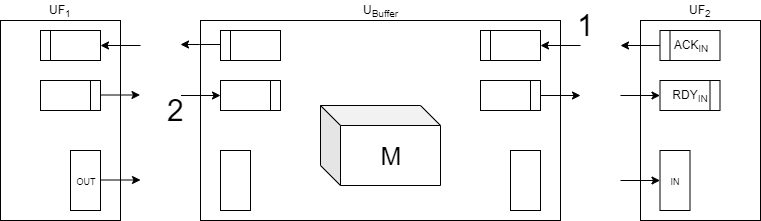
fexed/Notes keeps this draw.io diagram as AE/img/asynnpos.png. Above is the earlier version. Source tidied: cells renumbered, new cells last; positions are measured from the earlier drawing's top-left corner, leaving out a move shared by most shapes. The source it was exported from:
```xml
<mxGraphModel>
  <root>
    <mxCell id="0" />
    <mxCell id="1" parent="0" />
    <mxCell id="2" style="rounded=0;whiteSpace=wrap;html=1;" parent="1" vertex="1">
      <mxGeometry y="20" width="120" height="200" as="geometry" />
    </mxCell>
    <mxCell id="3" style="rounded=0;whiteSpace=wrap;html=1;" parent="1" vertex="1">
      <mxGeometry x="640" y="20" width="120" height="200" as="geometry" />
    </mxCell>
    <mxCell id="4" value="&lt;font style=&quot;font-size: 9px&quot;&gt;OUT&lt;/font&gt;" style="rounded=0;whiteSpace=wrap;html=1;" parent="1" vertex="1">
      <mxGeometry x="70" y="150" width="30" height="60" as="geometry" />
    </mxCell>
    <mxCell id="5" style="edgeStyle=orthogonalEdgeStyle;rounded=0;orthogonalLoop=1;jettySize=auto;html=1;exitX=0;exitY=0.5;exitDx=0;exitDy=0;" parent="1" edge="1">
      <mxGeometry relative="1" as="geometry">
        <mxPoint x="660" y="45" as="sourcePoint" />
        <mxPoint x="620" y="45" as="targetPoint" />
        <Array as="points">
          <mxPoint x="619.5" y="45" />
          <mxPoint x="619.5" y="45" />
        </Array>
      </mxGeometry>
    </mxCell>
    <mxCell id="6" value="UF&lt;sub&gt;1&lt;/sub&gt;" style="text;html=1;align=center;verticalAlign=middle;" parent="1" vertex="1">
      <mxGeometry x="40" width="40" height="20" as="geometry" />
    </mxCell>
    <mxCell id="7" value="UF&lt;sub&gt;2&lt;/sub&gt;" style="text;html=1;align=center;verticalAlign=middle;" parent="1" vertex="1">
      <mxGeometry x="680" width="40" height="20" as="geometry" />
    </mxCell>
    <mxCell id="8" style="rounded=0;whiteSpace=wrap;html=1;" parent="1" vertex="1">
      <mxGeometry x="40" y="30" width="60" height="30" as="geometry" />
    </mxCell>
    <mxCell id="9" style="endArrow=none;html=1;entryX=0.25;entryY=0;entryDx=0;entryDy=0;exitX=0.25;exitY=1;exitDx=0;exitDy=0;" parent="1" edge="1" source="10" target="10">
      <mxGeometry relative="1" as="geometry" />
    </mxCell>
    <mxCell id="10" value="ACK&lt;sub&gt;IN&lt;/sub&gt;" style="rounded=0;whiteSpace=wrap;html=1;" parent="1" vertex="1">
      <mxGeometry x="659.5" y="30" width="60" height="30" as="geometry" />
    </mxCell>
    <mxCell id="11" style="endArrow=none;html=1;entryX=0.25;entryY=0;entryDx=0;entryDy=0;exitX=0.25;exitY=1;exitDx=0;exitDy=0;" parent="1" edge="1" source="12" target="12">
      <mxGeometry relative="1" as="geometry" />
    </mxCell>
    <mxCell id="12" value="RDY&lt;sub&gt;IN&lt;/sub&gt;" style="rounded=0;whiteSpace=wrap;html=1;" parent="1" vertex="1">
      <mxGeometry x="659.5" y="80" width="60" height="30" as="geometry" />
    </mxCell>
    <mxCell id="13" style="endArrow=none;html=1;entryX=0.25;entryY=0;entryDx=0;entryDy=0;exitX=0.25;exitY=1;exitDx=0;exitDy=0;" parent="1" edge="1">
      <mxGeometry relative="1" as="geometry">
        <mxPoint x="669.5" y="60" as="sourcePoint" />
        <mxPoint x="669.5" y="30" as="targetPoint" />
      </mxGeometry>
    </mxCell>
    <mxCell id="14" style="endArrow=none;html=1;entryX=0.25;entryY=0;entryDx=0;entryDy=0;exitX=0.25;exitY=1;exitDx=0;exitDy=0;" parent="1" edge="1">
      <mxGeometry relative="1" as="geometry">
        <mxPoint x="709.5" y="110" as="sourcePoint" />
        <mxPoint x="709.5" y="80" as="targetPoint" />
      </mxGeometry>
    </mxCell>
    <mxCell id="15" style="endArrow=none;html=1;entryX=0.25;entryY=0;entryDx=0;entryDy=0;exitX=0.25;exitY=1;exitDx=0;exitDy=0;" parent="1" edge="1">
      <mxGeometry relative="1" as="geometry">
        <mxPoint x="50" y="60" as="sourcePoint" />
        <mxPoint x="50" y="30" as="targetPoint" />
      </mxGeometry>
    </mxCell>
    <mxCell id="16" style="rounded=0;whiteSpace=wrap;html=1;" parent="1" vertex="1">
      <mxGeometry x="40" y="80" width="60" height="30" as="geometry" />
    </mxCell>
    <mxCell id="17" style="endArrow=none;html=1;entryX=0.25;entryY=0;entryDx=0;entryDy=0;exitX=0.25;exitY=1;exitDx=0;exitDy=0;" parent="1" edge="1">
      <mxGeometry relative="1" as="geometry">
        <mxPoint x="90" y="110" as="sourcePoint" />
        <mxPoint x="90" y="80" as="targetPoint" />
      </mxGeometry>
    </mxCell>
    <mxCell id="18" value="&lt;font style=&quot;font-size: 9px&quot;&gt;IN&lt;/font&gt;" style="rounded=0;whiteSpace=wrap;html=1;" parent="1" vertex="1">
      <mxGeometry x="659.5" y="150" width="30" height="60" as="geometry" />
    </mxCell>
    <mxCell id="19" style="rounded=0;whiteSpace=wrap;html=1;" parent="1" vertex="1">
      <mxGeometry x="200" y="20" width="360" height="200" as="geometry" />
    </mxCell>
    <mxCell id="20" value="&lt;font style=&quot;font-size: 25px&quot;&gt;M&lt;/font&gt;" style="shape=cube;whiteSpace=wrap;html=1;boundedLbl=1;backgroundOutline=1;darkOpacity=0.05;darkOpacity2=0.1;" parent="1" vertex="1">
      <mxGeometry x="320" y="105" width="120" height="80" as="geometry" />
    </mxCell>
    <mxCell id="21" style="rounded=0;whiteSpace=wrap;html=1;" parent="1" vertex="1">
      <mxGeometry x="220" y="30" width="60" height="30" as="geometry" />
    </mxCell>
    <mxCell id="22" style="rounded=0;whiteSpace=wrap;html=1;" parent="1" vertex="1">
      <mxGeometry x="220" y="80" width="60" height="30" as="geometry" />
    </mxCell>
    <mxCell id="23" style="endArrow=none;html=1;entryX=0.25;entryY=0;entryDx=0;entryDy=0;exitX=0.25;exitY=1;exitDx=0;exitDy=0;" parent="1" edge="1">
      <mxGeometry relative="1" as="geometry">
        <mxPoint x="230" y="60" as="sourcePoint" />
        <mxPoint x="230" y="30" as="targetPoint" />
      </mxGeometry>
    </mxCell>
    <mxCell id="24" style="endArrow=none;html=1;entryX=0.25;entryY=0;entryDx=0;entryDy=0;exitX=0.25;exitY=1;exitDx=0;exitDy=0;" parent="1" edge="1">
      <mxGeometry relative="1" as="geometry">
        <mxPoint x="270" y="110" as="sourcePoint" />
        <mxPoint x="270" y="80" as="targetPoint" />
      </mxGeometry>
    </mxCell>
    <mxCell id="25" style="rounded=0;whiteSpace=wrap;html=1;" parent="1" vertex="1">
      <mxGeometry x="220" y="150" width="30" height="60" as="geometry" />
    </mxCell>
    <mxCell id="26" style="rounded=0;whiteSpace=wrap;html=1;" parent="1" vertex="1">
      <mxGeometry x="480" y="30" width="60" height="30" as="geometry" />
    </mxCell>
    <mxCell id="27" style="rounded=0;whiteSpace=wrap;html=1;" parent="1" vertex="1">
      <mxGeometry x="480" y="80" width="60" height="30" as="geometry" />
    </mxCell>
    <mxCell id="28" style="endArrow=none;html=1;entryX=0.25;entryY=0;entryDx=0;entryDy=0;exitX=0.25;exitY=1;exitDx=0;exitDy=0;" parent="1" edge="1">
      <mxGeometry relative="1" as="geometry">
        <mxPoint x="490" y="60" as="sourcePoint" />
        <mxPoint x="490" y="30" as="targetPoint" />
      </mxGeometry>
    </mxCell>
    <mxCell id="29" style="endArrow=none;html=1;entryX=0.25;entryY=0;entryDx=0;entryDy=0;exitX=0.25;exitY=1;exitDx=0;exitDy=0;" parent="1" edge="1">
      <mxGeometry relative="1" as="geometry">
        <mxPoint x="530" y="110" as="sourcePoint" />
        <mxPoint x="530" y="80" as="targetPoint" />
      </mxGeometry>
    </mxCell>
    <mxCell id="30" style="rounded=0;whiteSpace=wrap;html=1;" parent="1" vertex="1">
      <mxGeometry x="510" y="150" width="30" height="60" as="geometry" />
    </mxCell>
    <mxCell id="31" style="edgeStyle=orthogonalEdgeStyle;rounded=0;orthogonalLoop=1;jettySize=auto;html=1;" parent="1" edge="1">
      <mxGeometry relative="1" as="geometry">
        <mxPoint x="580" y="45" as="sourcePoint" />
        <mxPoint x="540" y="45" as="targetPoint" />
        <Array as="points">
          <mxPoint x="559.5" y="44.5" />
          <mxPoint x="559.5" y="44.5" />
        </Array>
      </mxGeometry>
    </mxCell>
    <mxCell id="32" style="endArrow=classic;html=1;entryX=0;entryY=0.5;entryDx=0;entryDy=0;" parent="1" edge="1" target="12">
      <mxGeometry relative="1" as="geometry">
        <mxPoint x="620" y="95" as="sourcePoint" />
      </mxGeometry>
    </mxCell>
    <mxCell id="33" style="endArrow=classic;html=1;entryX=0;entryY=0.5;entryDx=0;entryDy=0;" parent="1" edge="1">
      <mxGeometry relative="1" as="geometry">
        <mxPoint x="620" y="180" as="sourcePoint" />
        <mxPoint x="659.5" y="180" as="targetPoint" />
      </mxGeometry>
    </mxCell>
    <mxCell id="34" style="endArrow=classic;html=1;entryX=0;entryY=0.5;entryDx=0;entryDy=0;" parent="1" edge="1">
      <mxGeometry relative="1" as="geometry">
        <mxPoint x="540.5" y="95" as="sourcePoint" />
        <mxPoint x="580" y="95" as="targetPoint" />
      </mxGeometry>
    </mxCell>
    <mxCell id="35" style="edgeStyle=orthogonalEdgeStyle;rounded=0;orthogonalLoop=1;jettySize=auto;html=1;" parent="1" edge="1">
      <mxGeometry relative="1" as="geometry">
        <mxPoint x="220" y="44" as="sourcePoint" />
        <mxPoint x="180" y="44" as="targetPoint" />
        <Array as="points">
          <mxPoint x="199" y="44" />
          <mxPoint x="199" y="44" />
        </Array>
      </mxGeometry>
    </mxCell>
    <mxCell id="36" style="endArrow=classic;html=1;entryX=0;entryY=0.5;entryDx=0;entryDy=0;" parent="1" edge="1">
      <mxGeometry relative="1" as="geometry">
        <mxPoint x="180.5" y="95" as="sourcePoint" />
        <mxPoint x="220" y="95" as="targetPoint" />
      </mxGeometry>
    </mxCell>
    <mxCell id="37" style="edgeStyle=orthogonalEdgeStyle;rounded=0;orthogonalLoop=1;jettySize=auto;html=1;" parent="1" edge="1">
      <mxGeometry relative="1" as="geometry">
        <mxPoint x="140" y="45" as="sourcePoint" />
        <mxPoint x="100" y="45" as="targetPoint" />
        <Array as="points">
          <mxPoint x="119.5" y="44.5" />
          <mxPoint x="119.5" y="44.5" />
        </Array>
      </mxGeometry>
    </mxCell>
    <mxCell id="38" style="endArrow=classic;html=1;entryX=0;entryY=0.5;entryDx=0;entryDy=0;" parent="1" edge="1">
      <mxGeometry relative="1" as="geometry">
        <mxPoint x="100" y="94.5" as="sourcePoint" />
        <mxPoint x="139.5" y="94.5" as="targetPoint" />
      </mxGeometry>
    </mxCell>
    <mxCell id="39" style="endArrow=classic;html=1;entryX=0;entryY=0.5;entryDx=0;entryDy=0;" parent="1" edge="1">
      <mxGeometry relative="1" as="geometry">
        <mxPoint x="100.5" y="179.5" as="sourcePoint" />
        <mxPoint x="140" y="179.5" as="targetPoint" />
      </mxGeometry>
    </mxCell>
    <mxCell id="40" value="&lt;font style=&quot;font-size: 30px&quot;&gt;1&lt;/font&gt;" style="text;html=1;align=center;verticalAlign=middle;" parent="1" vertex="1">
      <mxGeometry x="570" y="10" width="30" height="30" as="geometry" />
    </mxCell>
    <mxCell id="41" value="&lt;font style=&quot;font-size: 30px&quot;&gt;2&lt;/font&gt;" style="text;html=1;align=center;verticalAlign=middle;" parent="1" vertex="1">
      <mxGeometry x="160" y="95" width="30" height="30" as="geometry" />
    </mxCell>
    <mxCell id="42" value="U&lt;sub&gt;Buffer&lt;/sub&gt;" style="text;html=1;align=center;verticalAlign=middle;" parent="1" vertex="1">
      <mxGeometry x="355" width="50" height="20" as="geometry" />
    </mxCell>
  </root>
</mxGraphModel>
```
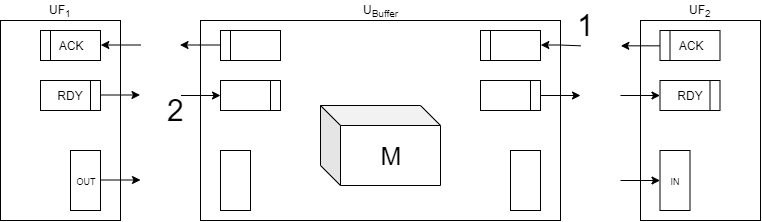
Later version of the same file.

The edit, as a diff of the source:
```diff
@@ -13,8 +13,8 @@
     </mxCell>
     <mxCell id="5" style="edgeStyle=orthogonalEdgeStyle;rounded=0;orthogonalLoop=1;jettySize=auto;html=1;exitX=0;exitY=0.5;exitDx=0;exitDy=0;" parent="1" edge="1">
       <mxGeometry relative="1" as="geometry">
-        <mxPoint x="660" y="45" as="sourcePoint" />
-        <mxPoint x="620" y="45" as="targetPoint" />
+        <mxPoint x="659.5" y="45.3" as="sourcePoint" />
+        <mxPoint x="620.3" y="45.3" as="targetPoint" />
         <Array as="points">
           <mxPoint x="619.5" y="45" />
           <mxPoint x="619.5" y="45" />
@@ -27,19 +27,19 @@
     <mxCell id="7" value="UF&lt;sub&gt;2&lt;/sub&gt;" style="text;html=1;align=center;verticalAlign=middle;" parent="1" vertex="1">
       <mxGeometry x="680" width="40" height="20" as="geometry" />
     </mxCell>
-    <mxCell id="8" style="rounded=0;whiteSpace=wrap;html=1;" parent="1" vertex="1">
+    <mxCell id="8" value="ACK" style="rounded=0;whiteSpace=wrap;html=1;" parent="1" vertex="1">
       <mxGeometry x="40" y="30" width="60" height="30" as="geometry" />
     </mxCell>
     <mxCell id="9" style="endArrow=none;html=1;entryX=0.25;entryY=0;entryDx=0;entryDy=0;exitX=0.25;exitY=1;exitDx=0;exitDy=0;" parent="1" edge="1" source="10" target="10">
       <mxGeometry relative="1" as="geometry" />
     </mxCell>
-    <mxCell id="10" value="ACK&lt;sub&gt;IN&lt;/sub&gt;" style="rounded=0;whiteSpace=wrap;html=1;" parent="1" vertex="1">
+    <mxCell id="10" value="ACK" style="rounded=0;whiteSpace=wrap;html=1;" parent="1" vertex="1">
       <mxGeometry x="659.5" y="30" width="60" height="30" as="geometry" />
     </mxCell>
     <mxCell id="11" style="endArrow=none;html=1;entryX=0.25;entryY=0;entryDx=0;entryDy=0;exitX=0.25;exitY=1;exitDx=0;exitDy=0;" parent="1" edge="1" source="12" target="12">
       <mxGeometry relative="1" as="geometry" />
     </mxCell>
-    <mxCell id="12" value="RDY&lt;sub&gt;IN&lt;/sub&gt;" style="rounded=0;whiteSpace=wrap;html=1;" parent="1" vertex="1">
+    <mxCell id="12" value="RDY" style="rounded=0;whiteSpace=wrap;html=1;" parent="1" vertex="1">
       <mxGeometry x="659.5" y="80" width="60" height="30" as="geometry" />
     </mxCell>
     <mxCell id="13" style="endArrow=none;html=1;entryX=0.25;entryY=0;entryDx=0;entryDy=0;exitX=0.25;exitY=1;exitDx=0;exitDy=0;" parent="1" edge="1">
@@ -60,7 +60,7 @@
         <mxPoint x="50" y="30" as="targetPoint" />
       </mxGeometry>
     </mxCell>
-    <mxCell id="16" style="rounded=0;whiteSpace=wrap;html=1;" parent="1" vertex="1">
+    <mxCell id="16" value="RDY" style="rounded=0;whiteSpace=wrap;html=1;" parent="1" vertex="1">
       <mxGeometry x="40" y="80" width="60" height="30" as="geometry" />
     </mxCell>
     <mxCell id="17" style="endArrow=none;html=1;entryX=0.25;entryY=0;entryDx=0;entryDy=0;exitX=0.25;exitY=1;exitDx=0;exitDy=0;" parent="1" edge="1">
@@ -122,8 +122,8 @@
     </mxCell>
     <mxCell id="31" style="edgeStyle=orthogonalEdgeStyle;rounded=0;orthogonalLoop=1;jettySize=auto;html=1;" parent="1" edge="1">
       <mxGeometry relative="1" as="geometry">
-        <mxPoint x="580" y="45" as="sourcePoint" />
-        <mxPoint x="540" y="45" as="targetPoint" />
+        <mxPoint x="580.3" y="45.3" as="sourcePoint" />
+        <mxPoint x="540.3" y="44.5" as="targetPoint" />
         <Array as="points">
           <mxPoint x="559.5" y="44.5" />
           <mxPoint x="559.5" y="44.5" />
@@ -149,8 +149,8 @@
     </mxCell>
     <mxCell id="35" style="edgeStyle=orthogonalEdgeStyle;rounded=0;orthogonalLoop=1;jettySize=auto;html=1;" parent="1" edge="1">
       <mxGeometry relative="1" as="geometry">
-        <mxPoint x="220" y="44" as="sourcePoint" />
-        <mxPoint x="180" y="44" as="targetPoint" />
+        <mxPoint x="219.5" y="44.5" as="sourcePoint" />
+        <mxPoint x="179.5" y="44.5" as="targetPoint" />
         <Array as="points">
           <mxPoint x="199" y="44" />
           <mxPoint x="199" y="44" />
@@ -165,8 +165,8 @@
     </mxCell>
     <mxCell id="37" style="edgeStyle=orthogonalEdgeStyle;rounded=0;orthogonalLoop=1;jettySize=auto;html=1;" parent="1" edge="1">
       <mxGeometry relative="1" as="geometry">
-        <mxPoint x="140" y="45" as="sourcePoint" />
-        <mxPoint x="100" y="45" as="targetPoint" />
+        <mxPoint x="140.3" y="44.5" as="sourcePoint" />
+        <mxPoint x="100.3" y="44.5" as="targetPoint" />
         <Array as="points">
           <mxPoint x="119.5" y="44.5" />
           <mxPoint x="119.5" y="44.5" />
```
